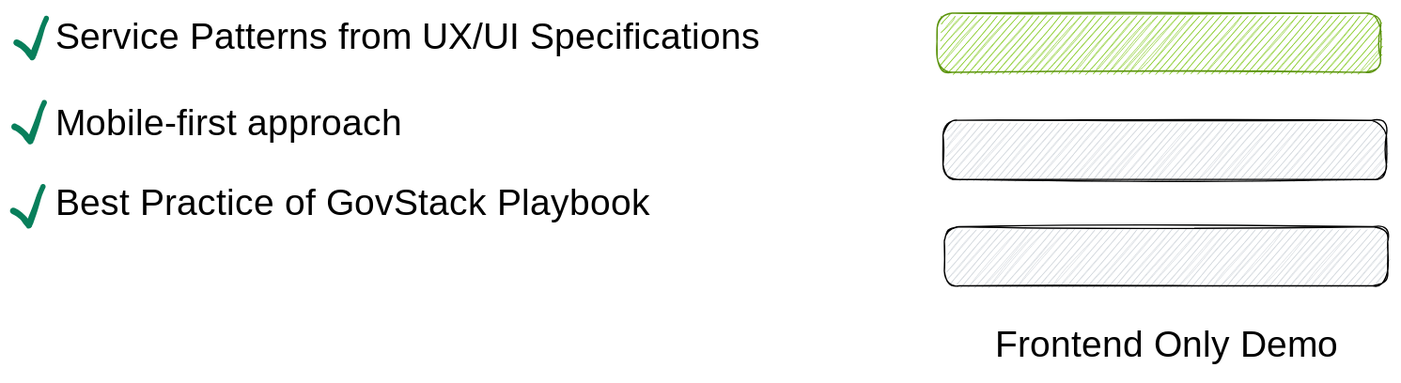
Before: docs/.gitbook/assets/file.excalidraw (1).svg, a diagram exported from Excalidraw (GovStackWorkingGroup/sandbox). Source tidied: one line per element, renumbered; positions are measured from the earlier drawing's top-left corner, leaving out a move shared by most shapes. Source of this version:
```json
{"id": 0, "type": "rectangle", "strokeColor": "#5c940d", "backgroundColor": "#82c91e", "fillStyle": "hachure", "strokeWidth": 1, "roughness": 1, "round": true, "x": 702, "y": 0, "width": 337, "height": 45}
{"id": 1, "type": "rectangle", "strokeColor": "#000000", "backgroundColor": "#ced4da", "fillStyle": "hachure", "strokeWidth": 1, "roughness": 1, "round": true, "x": 707, "y": 82, "width": 337, "height": 45}
{"id": 2, "type": "rectangle", "strokeColor": "#000000", "backgroundColor": "#ced4da", "fillStyle": "hachure", "strokeWidth": 1, "roughness": 1, "round": true, "x": 708, "y": 162, "width": 337, "height": 45}
{"id": 3, "type": "text", "text": "Frontend Only Demo", "strokeColor": "#000000", "backgroundColor": "#15aabf", "fillStyle": "hachure", "strokeWidth": 1, "roughness": 1, "fontSize": 28, "fontFamily": 1, "x": 746, "y": 236, "width": 269, "height": 35}
{"id": 4, "type": "text", "text": "Service Patterns from UX/UI Specifications", "strokeColor": "#000000", "backgroundColor": "#ced4da", "fillStyle": "solid", "strokeWidth": 4, "roughness": 0, "fontSize": 28, "fontFamily": 1, "x": 32, "y": 2, "width": 604, "height": 35}
{"id": 5, "type": "text", "text": "Mobile-first approach", "strokeColor": "#000000", "backgroundColor": "#ced4da", "fillStyle": "solid", "strokeWidth": 4, "roughness": 0, "fontSize": 28, "fontFamily": 1, "x": 32, "y": 68, "width": 289, "height": 35}
{"id": 6, "type": "text", "text": "Best Practice of GovStack Playbook", "strokeColor": "#000000", "backgroundColor": "#ced4da", "fillStyle": "solid", "strokeWidth": 4, "roughness": 0, "fontSize": 28, "fontFamily": 1, "x": 32, "y": 129, "width": 514, "height": 35}
{"id": 7, "type": "freedraw", "strokeColor": "#087f5b", "strokeWidth": 1, "roughness": 1, "x": 3, "y": 28, "width": 23, "height": 30, "points": [[0, -5], [1, -5], [2, -5], [4, -4], [5, -3], [7, 0], [9, 2], [10, 4], [10, 4], [11, 4], [11, 5], [12, 5], [12, 6], [13, 4], [13, 0], [17, -8], [20, -16], [21, -22], [22, -24], [23, -24], [23, -24]]}
{"id": 8, "type": "freedraw", "strokeColor": "#087f5b", "strokeWidth": 1, "roughness": 1, "x": 1, "y": 92, "width": 23, "height": 30, "points": [[0, -5], [1, -5], [2, -5], [4, -4], [5, -3], [7, 0], [9, 2], [10, 4], [10, 4], [11, 4], [11, 5], [12, 5], [12, 6], [13, 4], [13, 0], [17, -8], [20, -16], [21, -22], [22, -24], [23, -24], [23, -24]]}
{"id": 9, "type": "freedraw", "strokeColor": "#087f5b", "strokeWidth": 1, "roughness": 1, "x": 0, "y": 156, "width": 23, "height": 30, "points": [[0, -5], [1, -5], [2, -5], [4, -4], [5, -3], [7, 0], [9, 2], [10, 4], [10, 4], [11, 4], [11, 5], [12, 5], [12, 6], [13, 4], [13, 0], [17, -8], [20, -16], [21, -22], [22, -24], [23, -24], [23, -24]]}
```
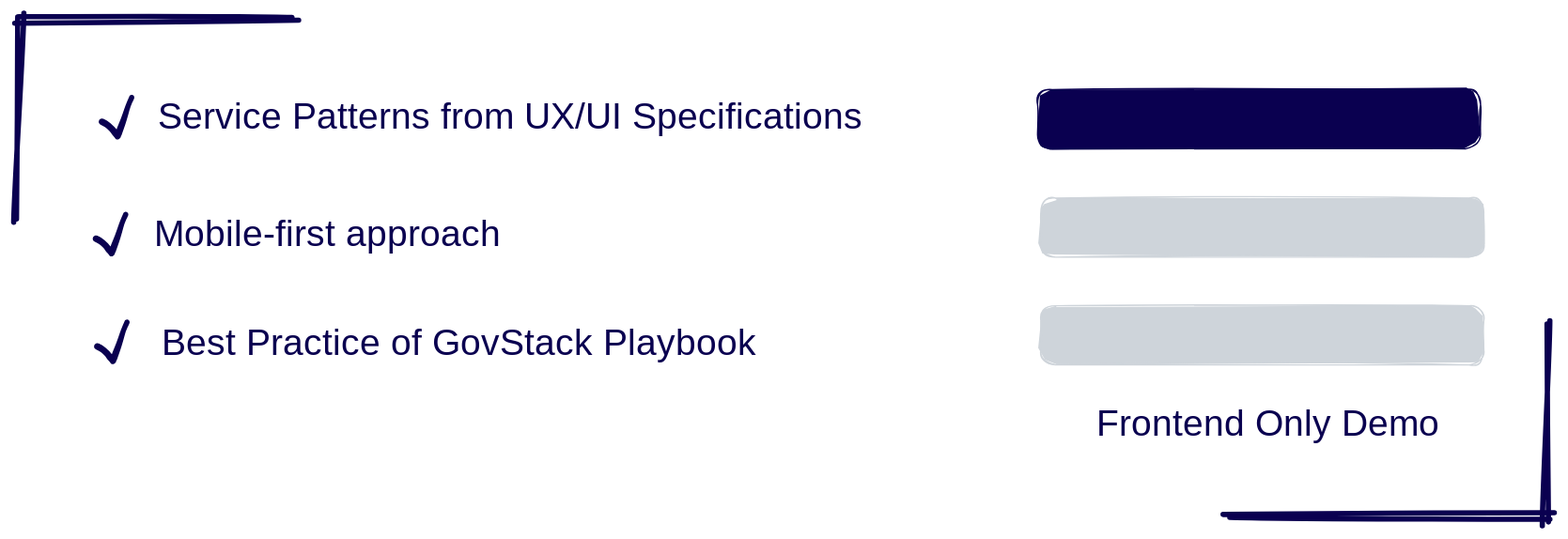
Later version of the same file.

Commit message:
USCT Demo Access

What changed in the source:
```diff
@@ -1,10 +1,14 @@
-{"id": 0, "type": "rectangle", "strokeColor": "#5c940d", "backgroundColor": "#82c91e", "fillStyle": "hachure", "strokeWidth": 1, "roughness": 1, "round": true, "x": 702, "y": 0, "width": 337, "height": 45}
+{"id": 0, "type": "rectangle", "strokeColor": "#0a0050", "backgroundColor": "#0a0050", "fillStyle": "solid", "strokeWidth": 1, "roughness": 1, "round": true, "x": 701, "y": -2, "width": 337, "height": 45}
-{"id": 1, "type": "rectangle", "strokeColor": "#000000", "backgroundColor": "#ced4da", "fillStyle": "hachure", "strokeWidth": 1, "roughness": 1, "round": true, "x": 707, "y": 82, "width": 337, "height": 45}
+{"id": 1, "type": "rectangle", "strokeColor": "#ced4da", "backgroundColor": "#ced4da", "fillStyle": "solid", "strokeWidth": 1, "roughness": 1, "round": true, "x": 704, "y": 80, "width": 337, "height": 45}
-{"id": 2, "type": "rectangle", "strokeColor": "#000000", "backgroundColor": "#ced4da", "fillStyle": "hachure", "strokeWidth": 1, "roughness": 1, "round": true, "x": 708, "y": 162, "width": 337, "height": 45}
+{"id": 2, "type": "rectangle", "strokeColor": "#ced4da", "backgroundColor": "#ced4da", "fillStyle": "solid", "strokeWidth": 1, "roughness": 1, "round": true, "x": 704, "y": 162, "width": 337, "height": 45}
-{"id": 3, "type": "text", "text": "Frontend Only Demo", "strokeColor": "#000000", "backgroundColor": "#15aabf", "fillStyle": "hachure", "strokeWidth": 1, "roughness": 1, "fontSize": 28, "fontFamily": 1, "x": 746, "y": 236, "width": 269, "height": 35}
+{"id": 3, "type": "text", "text": "Frontend Only Demo", "strokeColor": "#0a0050", "backgroundColor": "#15aabf", "fillStyle": "hachure", "strokeWidth": 1, "roughness": 1, "fontSize": 28, "fontFamily": 1, "x": 746, "y": 236, "width": 269, "height": 35}
-{"id": 4, "type": "text", "text": "Service Patterns from UX/UI Specifications", "strokeColor": "#000000", "backgroundColor": "#ced4da", "fillStyle": "solid", "strokeWidth": 4, "roughness": 0, "fontSize": 28, "fontFamily": 1, "x": 32, "y": 2, "width": 604, "height": 35}
+{"id": 4, "type": "text", "text": "Service Patterns from UX/UI Specifications", "strokeColor": "#0a0050", "backgroundColor": "#ced4da", "fillStyle": "solid", "strokeWidth": 4, "roughness": 0, "fontSize": 28, "fontFamily": 1, "x": 32, "y": 2, "width": 604, "height": 35}
-{"id": 5, "type": "text", "text": "Mobile-first approach", "strokeColor": "#000000", "backgroundColor": "#ced4da", "fillStyle": "solid", "strokeWidth": 4, "roughness": 0, "fontSize": 28, "fontFamily": 1, "x": 32, "y": 68, "width": 289, "height": 35}
+{"id": 5, "type": "text", "text": "Mobile-first approach", "strokeColor": "#0a0050", "backgroundColor": "#ced4da", "fillStyle": "solid", "strokeWidth": 4, "roughness": 0, "fontSize": 28, "fontFamily": 1, "x": 29, "y": 92, "width": 289, "height": 35}
-{"id": 6, "type": "text", "text": "Best Practice of GovStack Playbook", "strokeColor": "#000000", "backgroundColor": "#ced4da", "fillStyle": "solid", "strokeWidth": 4, "roughness": 0, "fontSize": 28, "fontFamily": 1, "x": 32, "y": 129, "width": 514, "height": 35}
+{"id": 6, "type": "text", "text": "Best Practice of GovStack Playbook", "strokeColor": "#0a0050", "backgroundColor": "#ced4da", "fillStyle": "solid", "strokeWidth": 4, "roughness": 0, "fontSize": 28, "fontFamily": 1, "x": 35, "y": 175, "width": 514, "height": 35}
-{"id": 7, "type": "freedraw", "strokeColor": "#087f5b", "strokeWidth": 1, "roughness": 1, "x": 3, "y": 28, "width": 23, "height": 30, "points": [[0, -5], [1, -5], [2, -5], [4, -4], [5, -3], [7, 0], [9, 2], [10, 4], [10, 4], [11, 4], [11, 5], [12, 5], [12, 6], [13, 4], [13, 0], [17, -8], [20, -16], [21, -22], [22, -24], [23, -24], [23, -24]]}
+{"id": 7, "type": "freedraw", "strokeColor": "#0a0050", "strokeWidth": 1, "roughness": 1, "x": -10, "y": 28, "width": 23, "height": 30, "points": [[0, -5], [1, -5], [2, -5], [4, -4], [5, -3], [7, 0], [9, 2], [10, 4], [10, 4], [11, 4], [11, 5], [12, 5], [12, 6], [13, 4], [13, 0], [17, -8], [20, -16], [21, -22], [22, -24], [23, -24], [23, -24]]}
-{"id": 8, "type": "freedraw", "strokeColor": "#087f5b", "strokeWidth": 1, "roughness": 1, "x": 1, "y": 92, "width": 23, "height": 30, "points": [[0, -5], [1, -5], [2, -5], [4, -4], [5, -3], [7, 0], [9, 2], [10, 4], [10, 4], [11, 4], [11, 5], [12, 5], [12, 6], [13, 4], [13, 0], [17, -8], [20, -16], [21, -22], [22, -24], [23, -24], [23, -24]]}
+{"id": 8, "type": "freedraw", "strokeColor": "#0a0050", "strokeWidth": 1, "roughness": 1, "x": -15, "y": 116, "width": 23, "height": 30, "points": [[0, -5], [1, -5], [2, -5], [4, -4], [5, -3], [7, 0], [9, 2], [10, 4], [10, 4], [11, 4], [11, 5], [12, 5], [12, 6], [13, 4], [13, 0], [17, -8], [20, -16], [21, -22], [22, -24], [23, -24], [23, -24]]}
-{"id": 9, "type": "freedraw", "strokeColor": "#087f5b", "strokeWidth": 1, "roughness": 1, "x": 0, "y": 156, "width": 23, "height": 30, "points": [[0, -5], [1, -5], [2, -5], [4, -4], [5, -3], [7, 0], [9, 2], [10, 4], [10, 4], [11, 4], [11, 5], [12, 5], [12, 6], [13, 4], [13, 0], [17, -8], [20, -16], [21, -22], [22, -24], [23, -24], [23, -24]]}
+{"id": 9, "type": "freedraw", "strokeColor": "#0a0050", "strokeWidth": 1, "roughness": 1, "x": -14, "y": 198, "width": 23, "height": 30, "points": [[0, -5], [1, -5], [2, -5], [4, -4], [5, -3], [7, 0], [9, 2], [10, 4], [10, 4], [11, 4], [11, 5], [12, 5], [12, 6], [13, 4], [13, 0], [17, -8], [20, -16], [21, -22], [22, -24], [23, -24], [23, -24]]}
+{"id": 10, "type": "line", "strokeColor": "#0a0050", "backgroundColor": "#ced4da", "fillStyle": "solid", "strokeWidth": 4, "roughness": 2, "round": true, "x": -74, "y": -56, "width": 2, "height": 155, "points": [[0, 0], [-2, 155]]}
+{"id": 11, "type": "line", "strokeColor": "#0a0050", "backgroundColor": "#ced4da", "fillStyle": "solid", "strokeWidth": 4, "roughness": 2, "round": true, "x": -74, "y": -55, "width": 210, "height": 1, "points": [[0, 0], [210, 1]]}
+{"id": 12, "type": "line", "strokeColor": "#0a0050", "angle": 3.14, "backgroundColor": "#ced4da", "fillStyle": "solid", "strokeWidth": 4, "roughness": 2, "round": true, "x": 1089, "y": 174, "width": 0, "height": 152, "points": [[0, 0], [0, 152]]}
+{"id": 13, "type": "line", "strokeColor": "#0a0050", "angle": 3.14, "backgroundColor": "#ced4da", "fillStyle": "solid", "strokeWidth": 4, "roughness": 2, "round": true, "x": 845, "y": 321, "width": 246, "height": 2, "points": [[0, 0], [246, 2]]}
```
